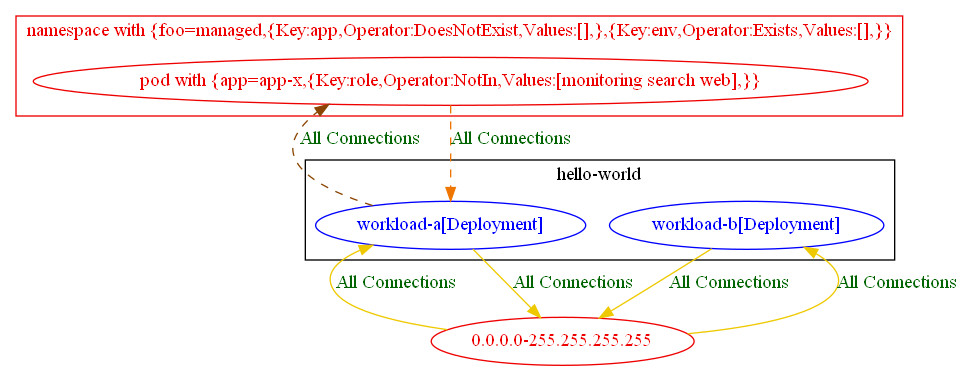
Before: test_outputs/connlist/exposure_test_with_anp_14_exposure_output.dot.png, a diagram exported from Graphviz (np-guard/netpol-analyzer). Its source is kept beside it as test_outputs/connlist/exposure_test_with_anp_14_exposure_output.dot.
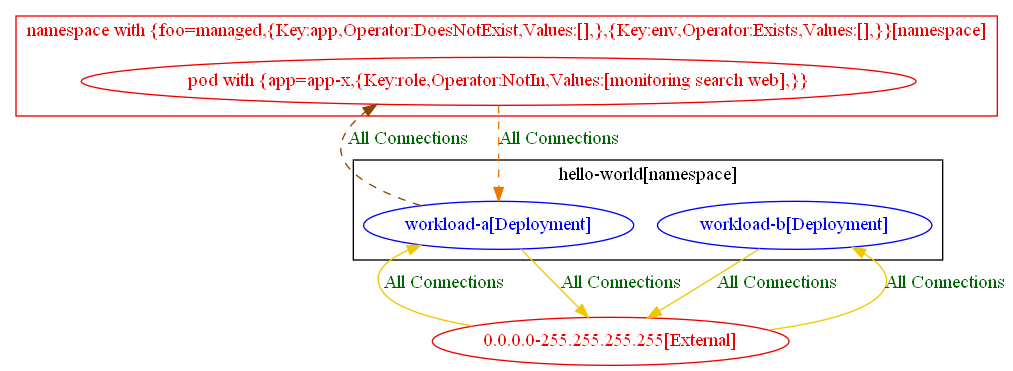
Later version of the same file.

What changed in the source:
```diff
@@ -1,22 +1,22 @@
 digraph {
-	subgraph "cluster_hello_world" {
+	subgraph "cluster_hello_world[namespace]" {
 		color="black"
 		fontcolor="black"
 		"hello-world/workload-a[Deployment]" [label="workload-a[Deployment]" color="blue" fontcolor="blue"]
 		"hello-world/workload-b[Deployment]" [label="workload-b[Deployment]" color="blue" fontcolor="blue"]
-		label="hello-world"
+		label="hello-world[namespace]"
 	}
-	subgraph "cluster_namespace with {foo=managed,{Key:app,Operator:DoesNotExist,Values:[],},{Key:env,Operator:Exists,Values:[],}}" {
+	subgraph "cluster_namespace with {foo=managed,{Key:app,Operator:DoesNotExist,Values:[],},{Key:env,Operator:Exists,Values:[],}}[namespace]" {
 		color="red2"
 		fontcolor="red2"
 		"pod with {app=app-x,{Key:role,Operator:NotIn,Values:[monitoring search web],}}_in_namespace with {foo=managed,{Key:app,Operator:DoesNotExist,Values:[],},{Key:env,Operator:Exists,Values:[],}}" [label="pod with {app=app-x,{Key:role,Operator:NotIn,Values:[monitoring search web],}}" color="red2" fontcolor="red2"]
-		label="namespace with {foo=managed,{Key:app,Operator:DoesNotExist,Values:[],},{Key:env,Operator:Exists,Values:[],}}"
+		label="namespace with {foo=managed,{Key:app,Operator:DoesNotExist,Values:[],},{Key:env,Operator:Exists,Values:[],}}[namespace]"
 	}
-	"0.0.0.0-255.255.255.255" [label="0.0.0.0-255.255.255.255" color="red2" fontcolor="red2"]
-	"0.0.0.0-255.255.255.255" -> "hello-world/workload-a[Deployment]" [label="All Connections" color="gold2" fontcolor="darkgreen" weight=0.5]
-	"0.0.0.0-255.255.255.255" -> "hello-world/workload-b[Deployment]" [label="All Connections" color="gold2" fontcolor="darkgreen" weight=0.5]
-	"hello-world/workload-a[Deployment]" -> "0.0.0.0-255.255.255.255" [label="All Connections" color="gold2" fontcolor="darkgreen" weight=1]
+	"0.0.0.0-255.255.255.255[External]" [label="0.0.0.0-255.255.255.255[External]" color="red2" fontcolor="red2"]
+	"0.0.0.0-255.255.255.255[External]" -> "hello-world/workload-a[Deployment]" [label="All Connections" color="gold2" fontcolor="darkgreen" weight=0.5]
+	"0.0.0.0-255.255.255.255[External]" -> "hello-world/workload-b[Deployment]" [label="All Connections" color="gold2" fontcolor="darkgreen" weight=0.5]
+	"hello-world/workload-a[Deployment]" -> "0.0.0.0-255.255.255.255[External]" [label="All Connections" color="gold2" fontcolor="darkgreen" weight=1]
 	"hello-world/workload-a[Deployment]" -> "pod with {app=app-x,{Key:role,Operator:NotIn,Values:[monitoring search web],}}_in_namespace with {foo=managed,{Key:app,Operator:DoesNotExist,Values:[],},{Key:env,Operator:Exists,Values:[],}}" [label="All Connections" color="darkorange4" fontcolor="darkgreen" weight=0.5 style=dashed]
-	"hello-world/workload-b[Deployment]" -> "0.0.0.0-255.255.255.255" [label="All Connections" color="gold2" fontcolor="darkgreen" weight=1]
+	"hello-world/workload-b[Deployment]" -> "0.0.0.0-255.255.255.255[External]" [label="All Connections" color="gold2" fontcolor="darkgreen" weight=1]
 	"pod with {app=app-x,{Key:role,Operator:NotIn,Values:[monitoring search web],}}_in_namespace with {foo=managed,{Key:app,Operator:DoesNotExist,Values:[],},{Key:env,Operator:Exists,Values:[],}}" -> "hello-world/workload-a[Deployment]" [label="All Connections" color="darkorange2" fontcolor="darkgreen" weight=1 style=dashed]
 }
```
